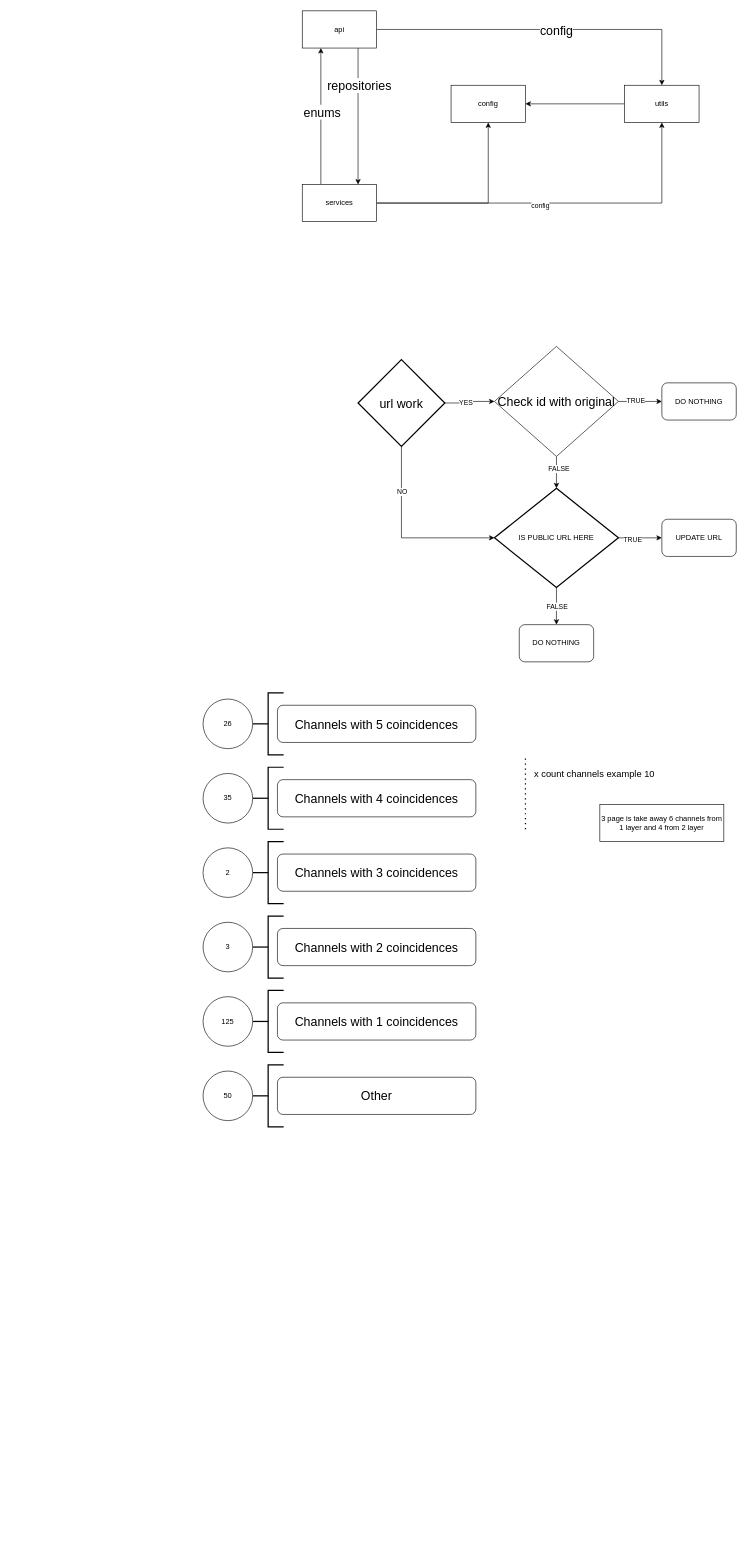
The draw.io diagram page "Страница 2" (2 of 2) of Диаграмма без названия.drawio in KmvRoman/Diagrams, before the edit. Source tidied: cells renumbered, new cells numbered last; positions are measured from the earlier drawing's top-left corner, leaving out a move shared by most shapes. Both pictures are drawn from the tidied source at 62%, with x=0, y=0 at pixel (203, 11).
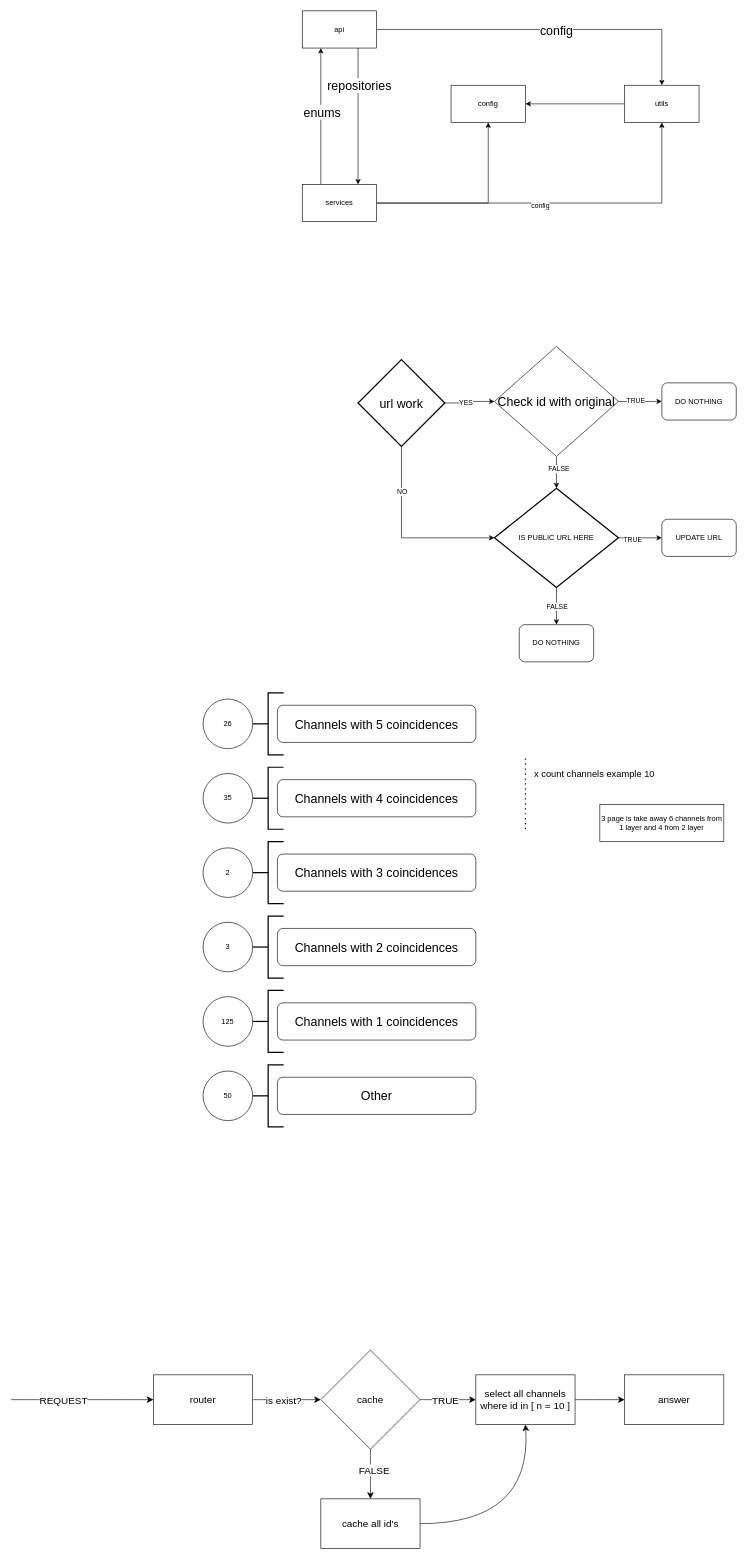
Above is the later version.

Change to the diagram source:
```diff
@@
+    <mxCell id="55" style="edgeStyle=none;curved=1;rounded=0;jettySize=auto;html=1;entryX=0;entryY=0.5;entryDx=0;entryDy=0;fontSize=12;startSize=8;endSize=8;" parent="1" edge="1" source="57" target="64">
+      <mxGeometry relative="1" as="geometry" />
+    </mxCell>
+    <mxCell id="56" value="is exist?" style="edgeLabel;html=1;align=center;verticalAlign=middle;fontSize=16;" parent="55" vertex="1">
+      <mxGeometry x="-0.11" relative="1" as="geometry" />
+    </mxCell>
+    <mxCell id="57" value="router&lt;br&gt;" style="rounded=0;whiteSpace=wrap;html=1;fontSize=16;" parent="1" vertex="1">
+      <mxGeometry x="-80" y="2200" width="160" height="80" as="geometry" />
+    </mxCell>
+    <mxCell id="58" style="endArrow=classic;html=1;rounded=0;fontSize=12;startSize=8;endSize=8;curved=1;entryX=0;entryY=0.5;entryDx=0;entryDy=0;" parent="1" edge="1" target="57">
+      <mxGeometry relative="1" as="geometry">
+        <mxPoint x="-310" y="2240" as="sourcePoint" />
+      </mxGeometry>
+    </mxCell>
+    <mxCell id="59" value="REQUEST" style="edgeLabel;html=1;align=center;verticalAlign=middle;fontSize=16;" parent="58" vertex="1">
+      <mxGeometry x="-0.27" relative="1" as="geometry" />
+    </mxCell>
+    <mxCell id="60" style="edgeStyle=none;curved=1;rounded=0;jettySize=auto;html=1;entryX=0;entryY=0.5;entryDx=0;entryDy=0;fontSize=12;startSize=8;endSize=8;" parent="1" edge="1" source="64" target="66">
+      <mxGeometry relative="1" as="geometry" />
+    </mxCell>
+    <mxCell id="61" value="TRUE" style="edgeLabel;html=1;align=center;verticalAlign=middle;fontSize=16;" parent="60" vertex="1">
+      <mxGeometry x="-0.4" relative="1" as="geometry">
+        <mxPoint x="13" as="offset" />
+      </mxGeometry>
+    </mxCell>
+    <mxCell id="62" style="edgeStyle=none;curved=1;rounded=0;jettySize=auto;html=1;entryX=0.5;entryY=0;entryDx=0;entryDy=0;fontSize=12;startSize=8;endSize=8;" parent="1" edge="1" source="64" target="68">
+      <mxGeometry relative="1" as="geometry" />
+    </mxCell>
+    <mxCell id="63" value="FALSE" style="edgeLabel;html=1;align=center;verticalAlign=middle;fontSize=16;" parent="62" vertex="1">
+      <mxGeometry x="-0.17" y="5" relative="1" as="geometry" />
+    </mxCell>
+    <mxCell id="64" value="cache" style="rhombus;whiteSpace=wrap;html=1;fontSize=16;" parent="1" vertex="1">
+      <mxGeometry x="190" y="2160" width="160" height="160" as="geometry" />
+    </mxCell>
+    <mxCell id="65" style="edgeStyle=none;curved=1;rounded=0;jettySize=auto;html=1;fontSize=12;startSize=8;endSize=8;entryX=0;entryY=0.5;entryDx=0;entryDy=0;" parent="1" edge="1" source="66" target="69">
+      <mxGeometry relative="1" as="geometry" />
+    </mxCell>
+    <mxCell id="66" value="select all channels where id in [ n = 10 ]" style="rounded=0;whiteSpace=wrap;html=1;fontSize=16;" parent="1" vertex="1">
+      <mxGeometry x="440" y="2200" width="160" height="80" as="geometry" />
+    </mxCell>
+    <mxCell id="67" style="edgeStyle=none;curved=1;rounded=0;jettySize=auto;html=1;entryX=0.5;entryY=1;entryDx=0;entryDy=0;fontSize=12;startSize=8;endSize=8;exitX=1;exitY=0.5;exitDx=0;exitDy=0;" parent="1" edge="1" source="68" target="66">
+      <mxGeometry relative="1" as="geometry">
+        <Array as="points">
+          <mxPoint x="530" y="2440" />
+        </Array>
+      </mxGeometry>
+    </mxCell>
+    <mxCell id="68" value="cache all id's" style="rounded=0;whiteSpace=wrap;html=1;fontSize=16;" parent="1" vertex="1">
+      <mxGeometry x="190" y="2400" width="160" height="80" as="geometry" />
+    </mxCell>
+    <mxCell id="69" value="answer" style="rounded=0;whiteSpace=wrap;html=1;fontSize=16;" parent="1" vertex="1">
+      <mxGeometry x="680" y="2200" width="160" height="80" as="geometry" />
+    </mxCell>
```
